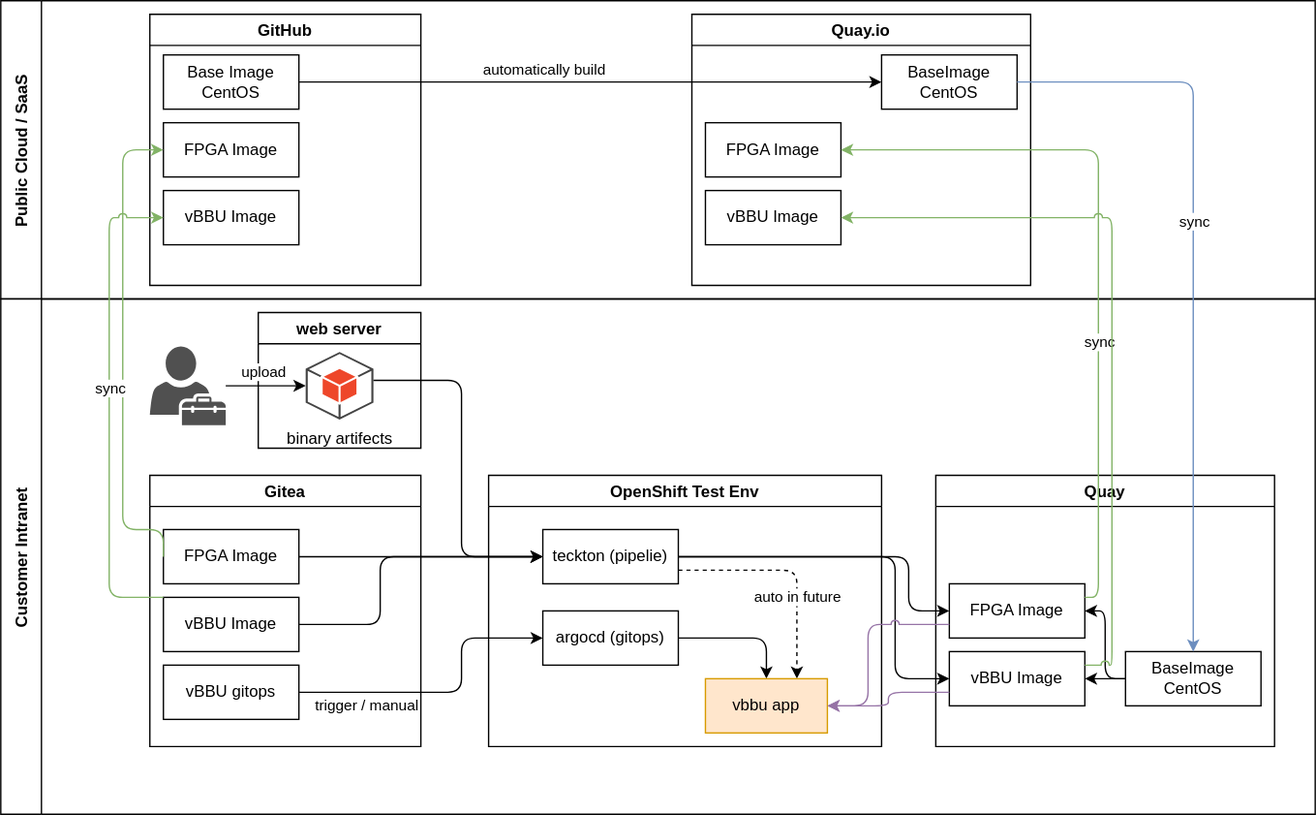
wangzheng422/docker_env keeps this draw.io diagram as redhat/ocp4/4.9/dia/4.9.ci.cd.design.drawio.svg. Above is the earlier version. Source tidied: cells renumbered, new cells last; positions are measured from the earlier drawing's top-left corner, leaving out a move shared by most shapes.
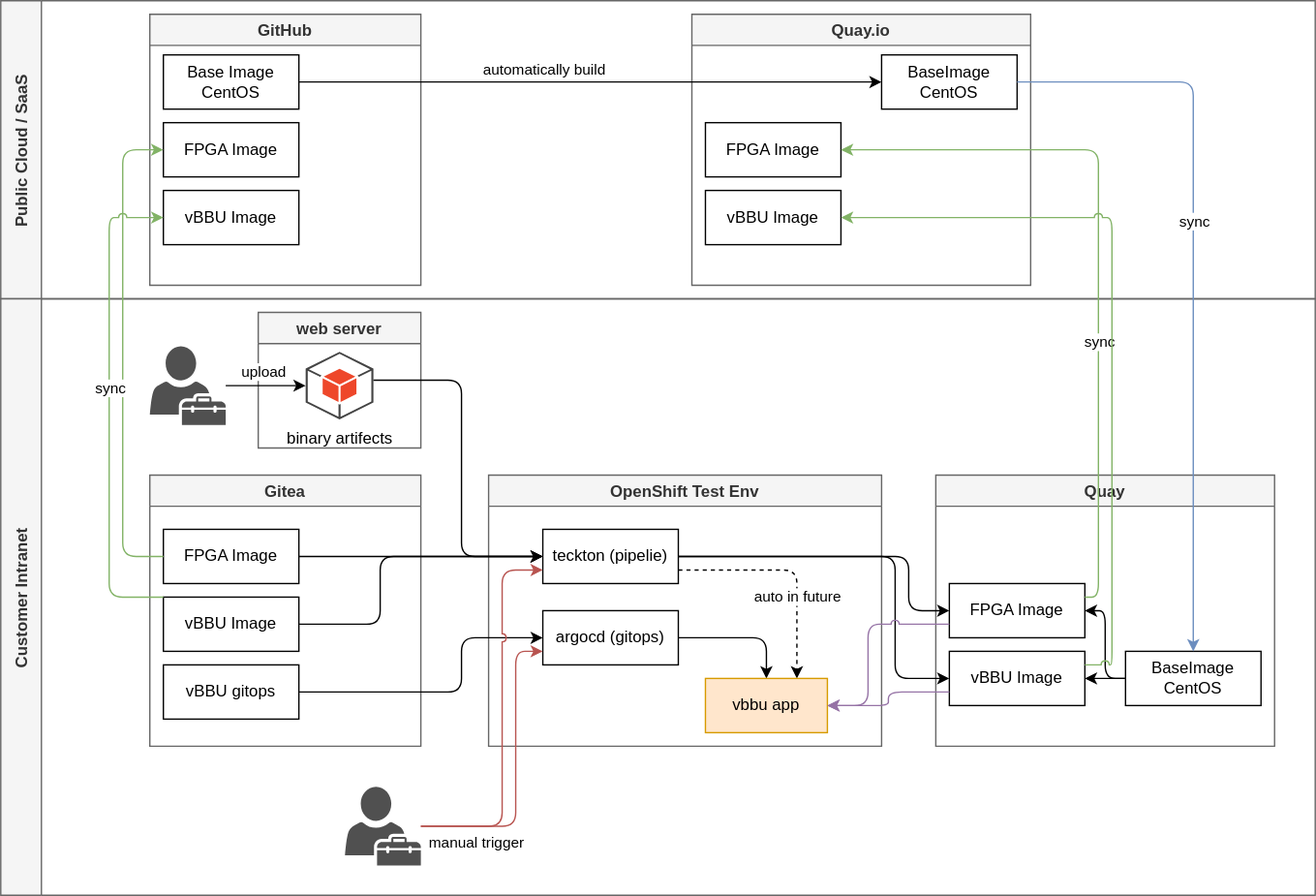
Above is the later version.

The edit, as a diff of the source:
```diff
@@ -2,10 +2,10 @@
   <root>
     <mxCell id="0" />
     <mxCell id="1" parent="0" />
-    <mxCell id="2" value="Public Cloud / SaaS" style="swimlane;horizontal=0;startSize=30;" parent="1" vertex="1">
+    <mxCell id="2" value="Public Cloud / SaaS" style="swimlane;horizontal=0;startSize=30;fillColor=#f5f5f5;fontColor=#333333;strokeColor=#666666;" parent="1" vertex="1">
       <mxGeometry width="970" height="220" as="geometry" />
     </mxCell>
-    <mxCell id="3" value="GitHub" style="swimlane;" parent="2" vertex="1">
+    <mxCell id="3" value="GitHub" style="swimlane;fillColor=#f5f5f5;fontColor=#333333;strokeColor=#666666;" parent="2" vertex="1">
       <mxGeometry x="110" y="10" width="200" height="200" as="geometry" />
     </mxCell>
     <mxCell id="4" value="Base Image CentOS" style="rounded=0;whiteSpace=wrap;html=1;" parent="3" vertex="1">
@@ -17,7 +17,7 @@
     <mxCell id="6" value="vBBU Image" style="rounded=0;whiteSpace=wrap;html=1;" parent="3" vertex="1">
       <mxGeometry x="10" y="130" width="100" height="40" as="geometry" />
     </mxCell>
-    <mxCell id="7" value="Quay.io" style="swimlane;" parent="2" vertex="1">
+    <mxCell id="7" value="Quay.io" style="swimlane;fillColor=#f5f5f5;fontColor=#333333;strokeColor=#666666;" parent="2" vertex="1">
       <mxGeometry x="510" y="10" width="250" height="200" as="geometry" />
     </mxCell>
     <mxCell id="8" value="BaseImage CentOS" style="rounded=0;whiteSpace=wrap;html=1;" parent="7" vertex="1">
@@ -37,10 +37,10 @@
         <mxPoint x="-2" y="-10" as="offset" />
       </mxGeometry>
     </mxCell>
-    <mxCell id="13" value="Customer Intranet" style="swimlane;horizontal=0;startSize=30;" parent="1" vertex="1">
-      <mxGeometry y="220" width="970" height="380" as="geometry" />
+    <mxCell id="13" value="Customer Intranet" style="swimlane;horizontal=0;startSize=30;fillColor=#f5f5f5;fontColor=#333333;strokeColor=#666666;" parent="1" vertex="1">
+      <mxGeometry y="220" width="970" height="440" as="geometry" />
     </mxCell>
-    <mxCell id="14" value="Gitea" style="swimlane;" parent="13" vertex="1">
+    <mxCell id="14" value="Gitea" style="swimlane;fillColor=#f5f5f5;fontColor=#333333;strokeColor=#666666;" parent="13" vertex="1">
       <mxGeometry x="110" y="130" width="200" height="200" as="geometry" />
     </mxCell>
     <mxCell id="15" value="FPGA Image" style="rounded=0;whiteSpace=wrap;html=1;" parent="14" vertex="1">
@@ -52,7 +52,7 @@
     <mxCell id="17" value="vBBU gitops" style="rounded=0;whiteSpace=wrap;html=1;" parent="14" vertex="1">
       <mxGeometry x="10" y="140" width="100" height="40" as="geometry" />
     </mxCell>
-    <mxCell id="18" value="Quay" style="swimlane;" parent="13" vertex="1">
+    <mxCell id="18" value="Quay" style="swimlane;fillColor=#f5f5f5;fontColor=#333333;strokeColor=#666666;" parent="13" vertex="1">
       <mxGeometry x="690" y="130" width="250" height="200" as="geometry" />
     </mxCell>
     <mxCell id="19" style="edgeStyle=orthogonalEdgeStyle;rounded=1;jumpStyle=arc;html=1;entryX=1;entryY=0.5;entryDx=0;entryDy=0;" parent="18" edge="1" source="21" target="23">
@@ -70,7 +70,7 @@
     <mxCell id="23" value="FPGA Image" style="rounded=0;whiteSpace=wrap;html=1;" parent="18" vertex="1">
       <mxGeometry x="10" y="80" width="100" height="40" as="geometry" />
     </mxCell>
-    <mxCell id="24" value="OpenShift Test Env" style="swimlane;" parent="13" vertex="1">
+    <mxCell id="24" value="OpenShift Test Env" style="swimlane;fillColor=#f5f5f5;fontColor=#333333;strokeColor=#666666;" parent="13" vertex="1">
       <mxGeometry x="360" y="130" width="290" height="200" as="geometry" />
     </mxCell>
     <mxCell id="25" style="edgeStyle=orthogonalEdgeStyle;rounded=1;jumpStyle=arc;html=1;entryX=0.75;entryY=0;entryDx=0;entryDy=0;dashed=1;" parent="24" edge="1" source="27" target="30">
@@ -138,7 +138,7 @@
     <mxCell id="36" style="edgeStyle=orthogonalEdgeStyle;rounded=1;jumpStyle=arc;html=1;entryX=1;entryY=0.5;entryDx=0;entryDy=0;exitX=0;exitY=0.75;exitDx=0;exitDy=0;fillColor=#e1d5e7;strokeColor=#9673a6;" parent="13" edge="1" source="22" target="30">
       <mxGeometry relative="1" as="geometry" />
     </mxCell>
-    <mxCell id="37" value="web server" style="swimlane;" parent="13" vertex="1">
+    <mxCell id="37" value="web server" style="swimlane;fillColor=#f5f5f5;fontColor=#333333;strokeColor=#666666;" parent="13" vertex="1">
       <mxGeometry x="190" y="10" width="120" height="100" as="geometry" />
     </mxCell>
     <mxCell id="38" value="binary artifects" style="outlineConnect=0;dashed=0;verticalLabelPosition=bottom;verticalAlign=top;align=center;html=1;shape=mxgraph.aws3.android;fillColor=#EE472A;gradientColor=none;" parent="37" vertex="1">
@@ -158,7 +158,7 @@
     <mxCell id="41" value="upload" style="edgeStyle=none;html=1;entryX=0;entryY=0.5;entryDx=0;entryDy=0;entryPerimeter=0;" parent="13" edge="1" source="40" target="38">
       <mxGeometry x="-0.06" y="10" relative="1" as="geometry" />
     </mxCell>
-    <mxCell id="42" value="trigger / manual" style="edgeStyle=orthogonalEdgeStyle;rounded=1;jumpStyle=arc;html=1;entryX=0;entryY=0.5;entryDx=0;entryDy=0;" parent="13" edge="1" source="17" target="29">
+    <mxCell id="42" style="edgeStyle=orthogonalEdgeStyle;rounded=1;jumpStyle=arc;html=1;entryX=0;entryY=0.5;entryDx=0;entryDy=0;" parent="13" edge="1" source="17" target="29">
       <mxGeometry x="-0.55" y="-10" relative="1" as="geometry">
         <Array as="points">
           <mxPoint x="340" y="290" />
@@ -166,6 +166,30 @@
         </Array>
       </mxGeometry>
     </mxCell>
+    <mxCell id="51" style="edgeStyle=orthogonalEdgeStyle;html=1;entryX=0;entryY=0.75;entryDx=0;entryDy=0;jumpStyle=arc;fillColor=#f8cecc;strokeColor=#b85450;" parent="13" edge="1" source="54" target="27">
+      <mxGeometry relative="1" as="geometry">
+        <Array as="points">
+          <mxPoint x="370" y="389" />
+          <mxPoint x="370" y="200" />
+        </Array>
+      </mxGeometry>
+    </mxCell>
+    <mxCell id="52" style="edgeStyle=orthogonalEdgeStyle;jumpStyle=arc;html=1;entryX=0;entryY=0.75;entryDx=0;entryDy=0;fillColor=#f8cecc;strokeColor=#b85450;" parent="13" edge="1" source="54" target="29">
+      <mxGeometry relative="1" as="geometry">
+        <Array as="points">
+          <mxPoint x="380" y="389" />
+          <mxPoint x="380" y="260" />
+        </Array>
+      </mxGeometry>
+    </mxCell>
+    <mxCell id="53" value="manual trigger" style="edgeLabel;html=1;align=center;verticalAlign=middle;" parent="52" vertex="1">
+      <mxGeometry x="-0.79" y="-1" relative="1" as="geometry">
+        <mxPoint x="17" y="10" as="offset" />
+      </mxGeometry>
+    </mxCell>
+    <mxCell id="54" style="sketch=0;shadow=0;dashed=0;html=1;strokeColor=none;fillColor=#505050;labelPosition=center;verticalLabelPosition=bottom;verticalAlign=top;outlineConnect=0;align=center;shape=mxgraph.office.users.tenant_admin;" parent="13" vertex="1">
+      <mxGeometry x="254" y="360" width="56" height="58" as="geometry" />
+    </mxCell>
     <mxCell id="43" style="edgeStyle=orthogonalEdgeStyle;rounded=1;jumpStyle=arc;html=1;entryX=1;entryY=0.5;entryDx=0;entryDy=0;exitX=1;exitY=0.25;exitDx=0;exitDy=0;fillColor=#d5e8d4;strokeColor=#82b366;" parent="1" edge="1" source="23" target="9">
       <mxGeometry relative="1" as="geometry" />
     </mxCell>
@@ -191,7 +215,7 @@
     <mxCell id="48" style="edgeStyle=orthogonalEdgeStyle;rounded=1;jumpStyle=arc;html=1;entryX=0;entryY=0.5;entryDx=0;entryDy=0;exitX=0;exitY=0.5;exitDx=0;exitDy=0;fillColor=#d5e8d4;strokeColor=#82b366;" parent="1" edge="1" source="15" target="5">
       <mxGeometry relative="1" as="geometry">
         <Array as="points">
-          <mxPoint x="90" y="390" />
+          <mxPoint x="90" y="410" />
           <mxPoint x="90" y="110" />
         </Array>
       </mxGeometry>
```
